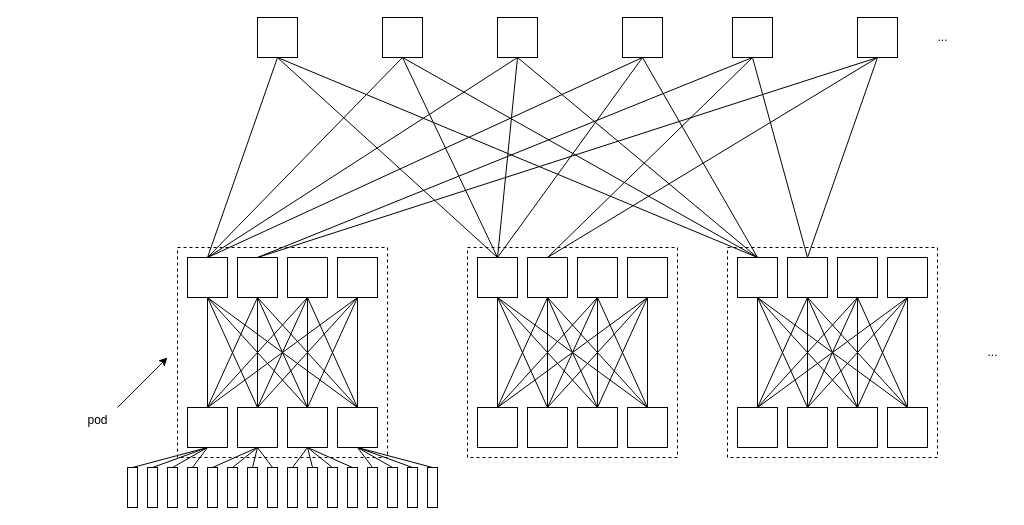
Above: SPR-CNN/fat tree.drawio in OuO333333/CNN4CE (draw.io), before the change. Source tidied: cells renumbered, new cells numbered last; positions are measured from the earlier drawing's top-left corner, leaving out a move shared by most shapes. Both pictures are drawn from the tidied source at 100%, with x=0, y=0 at pixel (77, 17).
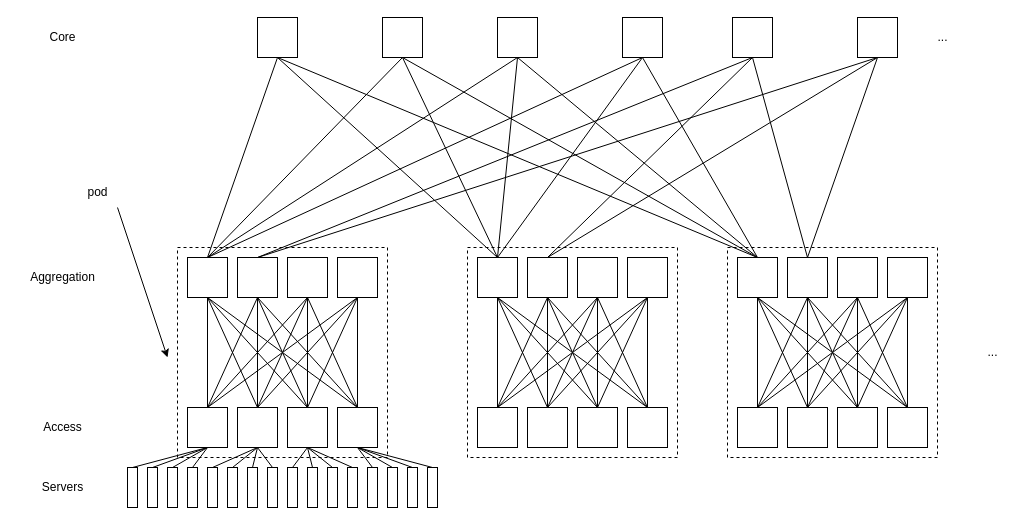
The same diagram, later.

The edit, as a diff of the source:
```diff
@@
     <mxCell id="59" style="endArrow=classic;html=1;rounded=0;" parent="1" edge="1">
       <mxGeometry relative="1" as="geometry">
-        <mxPoint x="40" y="390" as="sourcePoint" />
+        <mxPoint x="40" y="190" as="sourcePoint" />
         <mxPoint x="90" y="340" as="targetPoint" />
       </mxGeometry>
     </mxCell>
     <mxCell id="60" value="pod" style="text;html=1;align=center;verticalAlign=middle;strokeColor=none;fillColor=none;" parent="1" vertex="1">
-      <mxGeometry y="388" width="40" height="30" as="geometry" />
+      <mxGeometry y="160" width="40" height="30" as="geometry" />
     </mxCell>
@@
+    <mxCell id="137" value="Core" style="text;html=1;align=center;verticalAlign=middle;strokeColor=none;fillColor=none;" parent="1" vertex="1">
+      <mxGeometry x="-40" y="5" width="50" height="30" as="geometry" />
+    </mxCell>
+    <mxCell id="138" value="Aggregation" style="text;html=1;align=center;verticalAlign=middle;strokeColor=none;fillColor=none;" parent="1" vertex="1">
+      <mxGeometry x="-60" y="245" width="90" height="30" as="geometry" />
+    </mxCell>
+    <mxCell id="139" value="Access" style="text;html=1;align=center;verticalAlign=middle;strokeColor=none;fillColor=none;" parent="1" vertex="1">
+      <mxGeometry x="-45" y="395" width="60" height="30" as="geometry" />
+    </mxCell>
+    <mxCell id="140" value="Servers" style="text;html=1;align=center;verticalAlign=middle;strokeColor=none;fillColor=none;" parent="1" vertex="1">
+      <mxGeometry x="-45" y="455" width="60" height="30" as="geometry" />
+    </mxCell>
```
